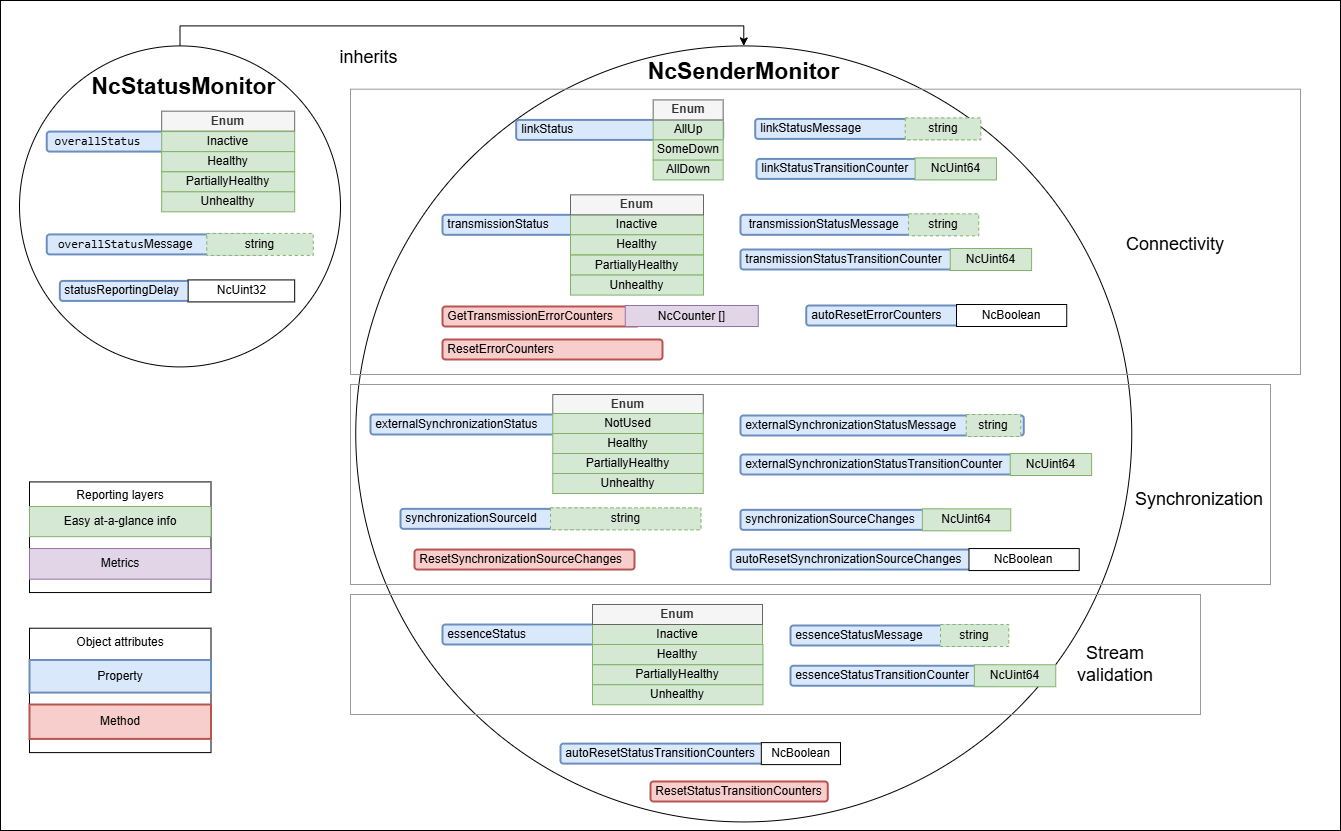
AMWA-TV/bcp-008-02 keeps this draw.io diagram as docs/images/sender-model-minimal.png. Above is the earlier version. Source tidied: cells renumbered, new cells last; positions are measured from the earlier drawing's top-left corner, leaving out a move shared by most shapes.
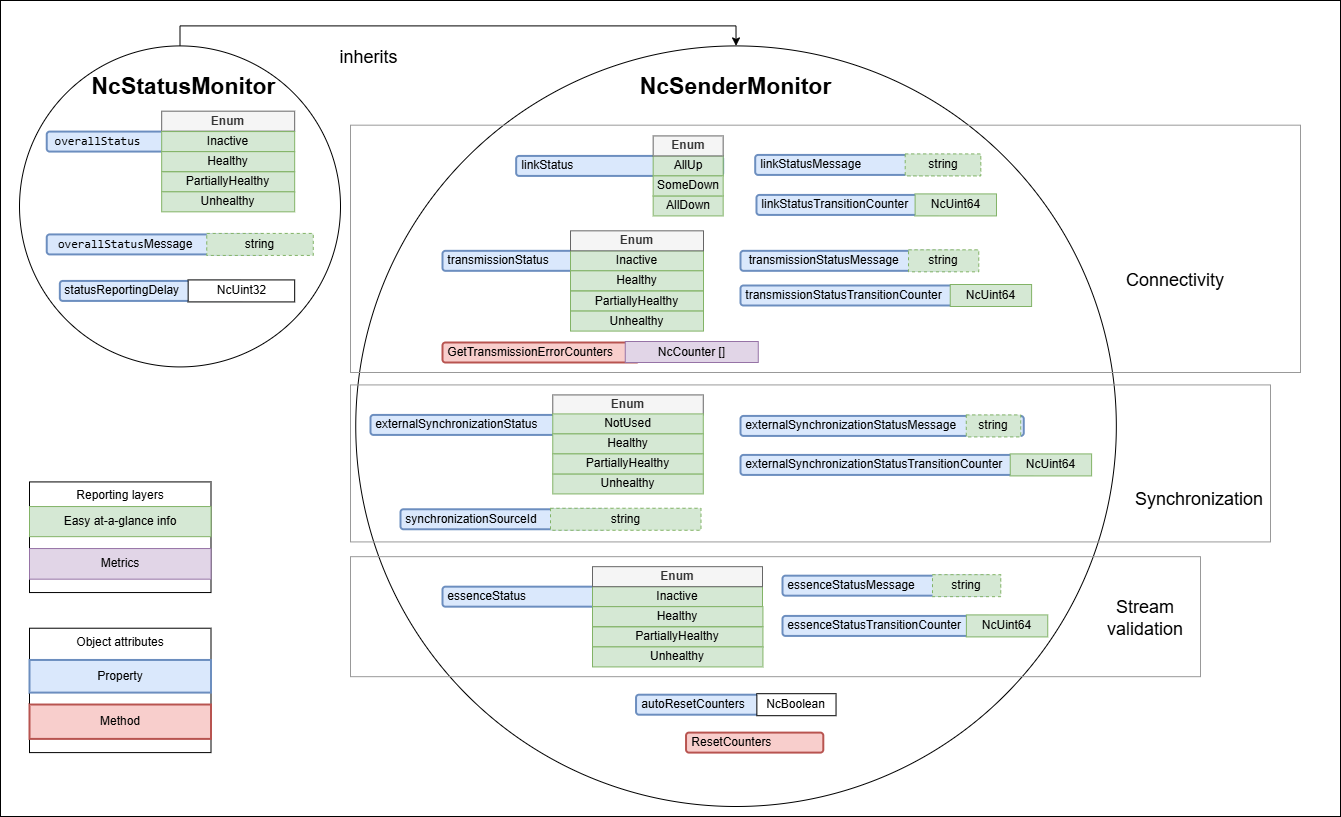
After the change.

Change to the diagram source:
```diff
@@ -5,133 +5,109 @@
     <mxCell id="2" style="rounded=0;whiteSpace=wrap;html=1;" parent="1" vertex="1">
-      <mxGeometry width="1340" height="830" as="geometry" />
+      <mxGeometry width="1340" height="816" as="geometry" />
     </mxCell>
     <mxCell id="3" style="ellipse;whiteSpace=wrap;html=1;" parent="1" vertex="1">
-      <mxGeometry x="355.2" y="45.4" width="776" height="776" as="geometry" />
+      <mxGeometry x="355.2" y="45.4" width="760.6" height="760.6" as="geometry" />
     </mxCell>
     <mxCell id="4" style="rounded=0;whiteSpace=wrap;html=1;fillStyle=hatch;fillColor=none;strokeColor=#999999;" parent="1" vertex="1">
-      <mxGeometry x="350" y="594" width="850" height="120" as="geometry" />
+      <mxGeometry x="350" y="556.2" width="850" height="120" as="geometry" />
     </mxCell>
     <mxCell id="5" style="rounded=0;whiteSpace=wrap;html=1;fillStyle=hatch;fillColor=none;strokeColor=#999999;" parent="1" vertex="1">
-      <mxGeometry x="350" y="384" width="920" height="200" as="geometry" />
+      <mxGeometry x="350" y="384.4" width="920" height="157" as="geometry" />
     </mxCell>
     <mxCell id="6" style="rounded=0;whiteSpace=wrap;html=1;fillStyle=hatch;fillColor=none;strokeColor=#999999;" parent="1" vertex="1">
-      <mxGeometry x="350" y="88.7" width="950" height="285.3" as="geometry" />
+      <mxGeometry x="350" y="124.7" width="950" height="247.3" as="geometry" />
     </mxCell>
     <mxCell id="7" value="NcSenderMonitor" style="text;html=1;strokeColor=none;fillColor=none;align=center;verticalAlign=middle;whiteSpace=wrap;rounded=0;strokeWidth=1;fontSize=23;fontStyle=1;" parent="1" vertex="1">
-      <mxGeometry x="630.5" y="56" width="225.5" height="30" as="geometry" />
+      <mxGeometry x="622.8" y="71.4" width="225.5" height="30" as="geometry" />
     </mxCell>
     <mxCell id="8" value="&amp;nbsp;transmissionStatus" style="rounded=1;whiteSpace=wrap;html=1;align=left;fillColor=#dae8fc;strokeColor=#6c8ebf;strokeWidth=2;" parent="1" vertex="1">
-      <mxGeometry x="442" y="214.3" width="198" height="20" as="geometry" />
+      <mxGeometry x="442" y="250.3" width="198" height="20" as="geometry" />
     </mxCell>
     <mxCell id="9" value="Inactive" style="rounded=0;whiteSpace=wrap;html=1;fillColor=#d5e8d4;strokeColor=#82b366;" parent="1" vertex="1">
-      <mxGeometry x="570" y="214.3" width="133" height="20" as="geometry" />
+      <mxGeometry x="570" y="250.3" width="133" height="20" as="geometry" />
     </mxCell>
     <mxCell id="10" value="Healthy" style="rounded=0;whiteSpace=wrap;html=1;fillColor=#d5e8d4;strokeColor=#82b366;" parent="1" vertex="1">
-      <mxGeometry x="570" y="234.3" width="133" height="20" as="geometry" />
+      <mxGeometry x="570" y="270.3" width="133" height="20" as="geometry" />
     </mxCell>
     <mxCell id="11" value="Enum" style="rounded=0;whiteSpace=wrap;html=1;fillColor=#f5f5f5;strokeColor=#666666;fontStyle=1;align=center;verticalAlign=middle;fontFamily=Helvetica;fontSize=12;fontColor=#333333;" parent="1" vertex="1">
-      <mxGeometry x="570" y="194.3" width="133" height="20" as="geometry" />
+      <mxGeometry x="570" y="230.3" width="133" height="20" as="geometry" />
     </mxCell>
     <mxCell id="12" value="PartiallyHealthy" style="rounded=0;whiteSpace=wrap;html=1;fillColor=#d5e8d4;strokeColor=#82b366;" parent="1" vertex="1">
-      <mxGeometry x="570" y="254.6" width="133" height="20" as="geometry" />
+      <mxGeometry x="570" y="290.6" width="133" height="20" as="geometry" />
     </mxCell>
     <mxCell id="13" value="Unhealthy" style="rounded=0;whiteSpace=wrap;html=1;fillColor=#d5e8d4;strokeColor=#82b366;" parent="1" vertex="1">
-      <mxGeometry x="570" y="274.6" width="133" height="20" as="geometry" />
+      <mxGeometry x="570" y="310.6" width="133" height="20" as="geometry" />
     </mxCell>
     <mxCell id="14" value="&amp;nbsp;GetTransmissionErrorCounters" style="rounded=1;whiteSpace=wrap;html=1;align=left;fillColor=#f8cecc;strokeColor=#b85450;strokeWidth=2;" parent="1" vertex="1">
-      <mxGeometry x="442" y="306" width="197" height="20" as="geometry" />
+      <mxGeometry x="442" y="342" width="197" height="20" as="geometry" />
     </mxCell>
     <mxCell id="15" value="NcCounter []" style="rounded=0;whiteSpace=wrap;html=1;fillColor=#e1d5e7;strokeColor=#9673a6;" parent="1" vertex="1">
-      <mxGeometry x="624.8" y="305" width="133" height="21" as="geometry" />
+      <mxGeometry x="624.8" y="341" width="133" height="21" as="geometry" />
     </mxCell>
-    <mxCell id="16" value="&amp;nbsp;ResetErrorCounters" style="rounded=1;whiteSpace=wrap;html=1;align=left;fillColor=#f8cecc;strokeColor=#b85450;strokeWidth=2;" parent="1" vertex="1">
-      <mxGeometry x="442" y="339" width="220" height="20" as="geometry" />
-    </mxCell>
     <mxCell id="17" value="&amp;nbsp;essenceStatus" style="rounded=1;whiteSpace=wrap;html=1;align=left;fillColor=#dae8fc;strokeColor=#6c8ebf;strokeWidth=2;" parent="1" vertex="1">
-      <mxGeometry x="442" y="624" width="207.5" height="20" as="geometry" />
+      <mxGeometry x="442" y="586.2" width="207.5" height="20" as="geometry" />
     </mxCell>
     <mxCell id="18" value="Inactive" style="rounded=0;whiteSpace=wrap;html=1;fillColor=#d5e8d4;strokeColor=#82b366;" parent="1" vertex="1">
-      <mxGeometry x="592" y="624" width="170" height="20" as="geometry" />
+      <mxGeometry x="592" y="586.2" width="170" height="20" as="geometry" />
     </mxCell>
     <mxCell id="19" value="Enum" style="rounded=0;whiteSpace=wrap;html=1;fillColor=#f5f5f5;strokeColor=#666666;fontStyle=1;fontColor=#333333;" parent="1" vertex="1">
-      <mxGeometry x="592" y="604" width="170" height="20" as="geometry" />
+      <mxGeometry x="592" y="566.2" width="170" height="20" as="geometry" />
     </mxCell>
     <mxCell id="20" value="&amp;nbsp;essenceStatusMessage" style="rounded=1;whiteSpace=wrap;html=1;align=left;fillColor=#dae8fc;strokeColor=#6c8ebf;strokeWidth=2;" parent="1" vertex="1">
-      <mxGeometry x="790" y="625" width="207.5" height="20" as="geometry" />
+      <mxGeometry x="782" y="575.2" width="207.5" height="20" as="geometry" />
     </mxCell>
     <mxCell id="21" value="string" style="rounded=0;whiteSpace=wrap;html=1;dashed=1;fillColor=#d5e8d4;strokeColor=#82b366;" parent="1" vertex="1">
-      <mxGeometry x="940" y="624" width="68.3" height="22" as="geometry" />
+      <mxGeometry x="932" y="574.2" width="68.3" height="22" as="geometry" />
     </mxCell>
     <mxCell id="22" value="&amp;nbsp;&amp;nbsp;transmissionStatusMessage" style="rounded=1;whiteSpace=wrap;html=1;align=left;fillColor=#dae8fc;strokeColor=#6c8ebf;strokeWidth=2;" parent="1" vertex="1">
-      <mxGeometry x="740" y="214.3" width="217.5" height="20" as="geometry" />
+      <mxGeometry x="740" y="250.3" width="217.5" height="20" as="geometry" />
     </mxCell>
     <mxCell id="23" value="string" style="rounded=0;whiteSpace=wrap;html=1;dashed=1;fillColor=#d5e8d4;strokeColor=#82b366;" parent="1" vertex="1">
-      <mxGeometry x="908" y="213.3" width="70.2" height="22" as="geometry" />
+      <mxGeometry x="908" y="249.3" width="70.2" height="22" as="geometry" />
     </mxCell>
     <mxCell id="24" value="&amp;nbsp;externalSynchronizationStatus" style="rounded=1;whiteSpace=wrap;html=1;align=left;fillColor=#dae8fc;strokeColor=#6c8ebf;strokeWidth=2;" parent="1" vertex="1">
-      <mxGeometry x="370" y="414" width="239.8" height="20" as="geometry" />
+      <mxGeometry x="370" y="414.4" width="239.8" height="20" as="geometry" />
     </mxCell>
     <mxCell id="25" value="Enum" style="rounded=0;whiteSpace=wrap;html=1;fillColor=#f5f5f5;strokeColor=#666666;fontStyle=1;fontColor=#333333;" parent="1" vertex="1">
-      <mxGeometry x="552.3" y="394" width="150.5" height="20" as="geometry" />
+      <mxGeometry x="552.3" y="394.4" width="150.5" height="20" as="geometry" />
     </mxCell>
     <mxCell id="26" value="&amp;nbsp;synchronizationSourceId" style="rounded=1;whiteSpace=wrap;html=1;align=left;fillColor=#dae8fc;strokeColor=#6c8ebf;strokeWidth=2;" parent="1" vertex="1">
-      <mxGeometry x="400" y="508.4" width="206.5" height="20" as="geometry" />
+      <mxGeometry x="400" y="508.8" width="206.5" height="20" as="geometry" />
     </mxCell>
     <mxCell id="27" value="string" style="rounded=0;whiteSpace=wrap;html=1;dashed=1;fillColor=#d5e8d4;strokeColor=#82b366;" parent="1" vertex="1">
-      <mxGeometry x="550" y="507.4" width="150.5" height="22" as="geometry" />
+      <mxGeometry x="550" y="507.8" width="150.5" height="22" as="geometry" />
     </mxCell>
     <mxCell id="28" value="&amp;nbsp;externalSynchronizationStatusMessage" style="rounded=1;whiteSpace=wrap;html=1;align=left;fillColor=#dae8fc;strokeColor=#6c8ebf;strokeWidth=2;" parent="1" vertex="1">
-      <mxGeometry x="740" y="415" width="283.3" height="20" as="geometry" />
+      <mxGeometry x="740" y="415.4" width="283.3" height="20" as="geometry" />
     </mxCell>
     <mxCell id="29" value="string" style="rounded=0;whiteSpace=wrap;html=1;dashed=1;fillColor=#d5e8d4;strokeColor=#82b366;" parent="1" vertex="1">
-      <mxGeometry x="965.8" y="414" width="54.5" height="22" as="geometry" />
+      <mxGeometry x="965.8" y="414.4" width="54.5" height="22" as="geometry" />
     </mxCell>
     <mxCell id="30" value="Healthy" style="rounded=0;whiteSpace=wrap;html=1;fillColor=#d5e8d4;strokeColor=#82b366;" parent="1" vertex="1">
-      <mxGeometry x="592" y="644" width="170.4" height="20" as="geometry" />
+      <mxGeometry x="592" y="606.2" width="170.4" height="20" as="geometry" />
     </mxCell>
     <mxCell id="31" value="PartiallyHealthy" style="rounded=0;whiteSpace=wrap;html=1;fillColor=#d5e8d4;strokeColor=#82b366;" parent="1" vertex="1">
-      <mxGeometry x="592" y="664.2" width="170.4" height="20" as="geometry" />
+      <mxGeometry x="592" y="626.4" width="170.4" height="20" as="geometry" />
     </mxCell>
     <mxCell id="32" value="Unhealthy" style="rounded=0;whiteSpace=wrap;html=1;fillColor=#d5e8d4;strokeColor=#82b366;" parent="1" vertex="1">
-      <mxGeometry x="592" y="684.2" width="170.4" height="20" as="geometry" />
+      <mxGeometry x="592" y="646.4" width="170.4" height="20" as="geometry" />
     </mxCell>
     <mxCell id="33" value="Synchronization" style="text;html=1;align=center;verticalAlign=middle;whiteSpace=wrap;rounded=0;fontSize=18;" parent="1" vertex="1">
-      <mxGeometry x="1144" y="484" width="110" height="30" as="geometry" />
+      <mxGeometry x="1144" y="484.4" width="110" height="30" as="geometry" />
     </mxCell>
     <mxCell id="34" value="Connectivity" style="text;html=1;align=center;verticalAlign=middle;whiteSpace=wrap;rounded=0;fontSize=18;" parent="1" vertex="1">
-      <mxGeometry x="1120" y="229.3" width="110" height="30" as="geometry" />
+      <mxGeometry x="1120" y="265.3" width="110" height="30" as="geometry" />
     </mxCell>
     <mxCell id="35" value="NotUsed" style="rounded=0;whiteSpace=wrap;html=1;fillColor=#d5e8d4;strokeColor=#82b366;" parent="1" vertex="1">
-      <mxGeometry x="552.3" y="413" width="150.5" height="20" as="geometry" />
+      <mxGeometry x="552.3" y="413.4" width="150.5" height="20" as="geometry" />
     </mxCell>
     <mxCell id="36" value="Unhealthy" style="rounded=0;whiteSpace=wrap;html=1;fillColor=#d5e8d4;strokeColor=#82b366;" parent="1" vertex="1">
-      <mxGeometry x="552.3" y="473" width="150.5" height="20" as="geometry" />
+      <mxGeometry x="552.3" y="473.4" width="150.5" height="20" as="geometry" />
     </mxCell>
     <mxCell id="37" value="Healthy" style="rounded=0;whiteSpace=wrap;html=1;fillColor=#d5e8d4;strokeColor=#82b366;" parent="1" vertex="1">
-      <mxGeometry x="552.3" y="433" width="150.5" height="20" as="geometry" />
+      <mxGeometry x="552.3" y="433.4" width="150.5" height="20" as="geometry" />
     </mxCell>
     <mxCell id="38" value="PartiallyHealthy" style="rounded=0;whiteSpace=wrap;html=1;fillColor=#d5e8d4;strokeColor=#82b366;" parent="1" vertex="1">
-      <mxGeometry x="552.3" y="453" width="150.5" height="20" as="geometry" />
+      <mxGeometry x="552.3" y="453.4" width="150.5" height="20" as="geometry" />
     </mxCell>
-    <mxCell id="39" value="&amp;nbsp;autoResetErrorCounters" style="rounded=1;whiteSpace=wrap;html=1;align=left;fillColor=#dae8fc;strokeColor=#6c8ebf;strokeWidth=2;" parent="1" vertex="1">
-      <mxGeometry x="805.7" y="305" width="160" height="20" as="geometry" />
-    </mxCell>
-    <mxCell id="40" value="&amp;nbsp;ResetSynchronizationSourceChanges" style="rounded=1;whiteSpace=wrap;html=1;align=left;fillColor=#f8cecc;strokeColor=#b85450;strokeWidth=2;" parent="1" vertex="1">
-      <mxGeometry x="414" y="549.1" width="220" height="20" as="geometry" />
-    </mxCell>
-    <mxCell id="41" value="&amp;nbsp;synchronizationSourceChanges" style="rounded=1;whiteSpace=wrap;html=1;align=left;fillColor=#dae8fc;strokeColor=#6c8ebf;strokeWidth=2;" parent="1" vertex="1">
-      <mxGeometry x="740" y="509.4" width="206.5" height="20" as="geometry" />
-    </mxCell>
-    <mxCell id="42" value="NcUint64" style="rounded=0;whiteSpace=wrap;html=1;fillColor=#d5e8d4;strokeColor=#82b366;" parent="1" vertex="1">
-      <mxGeometry x="921.9" y="508.4" width="88.4" height="22" as="geometry" />
-    </mxCell>
-    <mxCell id="43" value="&amp;nbsp;autoResetSynchronizationSourceChanges" style="rounded=1;whiteSpace=wrap;html=1;align=left;fillColor=#dae8fc;strokeColor=#6c8ebf;strokeWidth=2;" parent="1" vertex="1">
-      <mxGeometry x="730.3" y="549.1" width="240.2" height="20" as="geometry" />
-    </mxCell>
-    <mxCell id="44" value="NcBoolean" style="rounded=0;whiteSpace=wrap;html=1;" parent="1" vertex="1">
-      <mxGeometry x="968.5" y="548.1" width="110.2" height="22" as="geometry" />
-    </mxCell>
-    <mxCell id="45" value="NcBoolean" style="rounded=0;whiteSpace=wrap;html=1;" parent="1" vertex="1">
-      <mxGeometry x="956" y="304" width="110.2" height="22" as="geometry" />
-    </mxCell>
     <mxCell id="46" style="edgeStyle=orthogonalEdgeStyle;rounded=0;jettySize=auto;html=1;exitX=0.5;exitY=0;exitDx=0;exitDy=0;entryX=0.5;entryY=0;entryDx=0;entryDy=0;" parent="1" edge="1" source="47" target="3">
@@ -176,21 +152,21 @@
     <mxCell id="59" value="&amp;nbsp;transmissionStatusTransitionCounter" style="rounded=1;whiteSpace=wrap;html=1;align=left;fillColor=#dae8fc;strokeColor=#6c8ebf;strokeWidth=2;" parent="1" vertex="1">
-      <mxGeometry x="740" y="249" width="234.4" height="20" as="geometry" />
+      <mxGeometry x="740" y="285" width="234.4" height="20" as="geometry" />
     </mxCell>
     <mxCell id="60" value="NcUint64" style="rounded=0;whiteSpace=wrap;html=1;fillColor=#d5e8d4;strokeColor=#82b366;" parent="1" vertex="1">
-      <mxGeometry x="949.7" y="248" width="81.4" height="22" as="geometry" />
+      <mxGeometry x="949.7" y="284" width="81.4" height="22" as="geometry" />
     </mxCell>
     <mxCell id="61" value="&amp;nbsp;externalSynchronizationStatusTransitionCounter" style="rounded=1;whiteSpace=wrap;html=1;align=left;fillColor=#dae8fc;strokeColor=#6c8ebf;strokeWidth=2;" parent="1" vertex="1">
-      <mxGeometry x="740" y="454" width="294.4" height="20" as="geometry" />
+      <mxGeometry x="740" y="454.4" width="294.4" height="20" as="geometry" />
     </mxCell>
     <mxCell id="62" value="NcUint64" style="rounded=0;whiteSpace=wrap;html=1;fillColor=#d5e8d4;strokeColor=#82b366;" parent="1" vertex="1">
-      <mxGeometry x="1009.7" y="453" width="81.4" height="22" as="geometry" />
+      <mxGeometry x="1009.7" y="453.4" width="81.4" height="22" as="geometry" />
     </mxCell>
     <mxCell id="63" value="Stream&lt;div&gt;validation&lt;/div&gt;" style="text;html=1;align=center;verticalAlign=middle;whiteSpace=wrap;rounded=0;fontSize=18;" parent="1" vertex="1">
-      <mxGeometry x="1040" y="649.3" width="150" height="30" as="geometry" />
+      <mxGeometry x="1070" y="603.5" width="150" height="30" as="geometry" />
     </mxCell>
     <mxCell id="64" value="&amp;nbsp;essenceStatusTransitionCounter" style="rounded=1;whiteSpace=wrap;html=1;align=left;fillColor=#dae8fc;strokeColor=#6c8ebf;strokeWidth=2;" parent="1" vertex="1">
-      <mxGeometry x="790" y="665.2" width="208.5" height="20" as="geometry" />
+      <mxGeometry x="782" y="615.4" width="208.5" height="20" as="geometry" />
     </mxCell>
     <mxCell id="65" value="NcUint64" style="rounded=0;whiteSpace=wrap;html=1;fillColor=#d5e8d4;strokeColor=#82b366;" parent="1" vertex="1">
-      <mxGeometry x="973.9" y="664.2" width="81.4" height="22" as="geometry" />
+      <mxGeometry x="965.9" y="614.4" width="81.4" height="22" as="geometry" />
     </mxCell>
@@ -218,36 +194,36 @@
     <mxCell id="73" value="&amp;nbsp;linkStatus" style="rounded=1;whiteSpace=wrap;html=1;align=left;fillColor=#dae8fc;strokeColor=#6c8ebf;strokeWidth=2;" parent="1" vertex="1">
-      <mxGeometry x="515.7" y="119.4" width="207" height="20" as="geometry" />
+      <mxGeometry x="515.7" y="155.4" width="207" height="20" as="geometry" />
     </mxCell>
     <mxCell id="74" value="AllUp" style="rounded=0;whiteSpace=wrap;html=1;fillColor=#d5e8d4;strokeColor=#82b366;" parent="1" vertex="1">
-      <mxGeometry x="652.7" y="119.4" width="70" height="20" as="geometry" />
+      <mxGeometry x="652.7" y="155.4" width="70" height="20" as="geometry" />
     </mxCell>
     <mxCell id="75" value="AllDown" style="rounded=0;whiteSpace=wrap;html=1;fillColor=#d5e8d4;strokeColor=#82b366;" parent="1" vertex="1">
-      <mxGeometry x="652.7" y="159.4" width="70" height="20" as="geometry" />
+      <mxGeometry x="652.7" y="195.4" width="70" height="20" as="geometry" />
     </mxCell>
     <mxCell id="76" value="SomeDown" style="rounded=0;whiteSpace=wrap;html=1;fillColor=#d5e8d4;strokeColor=#82b366;" parent="1" vertex="1">
-      <mxGeometry x="652.7" y="139.4" width="70" height="20" as="geometry" />
+      <mxGeometry x="652.7" y="175.4" width="70" height="20" as="geometry" />
     </mxCell>
     <mxCell id="77" value="Enum" style="rounded=0;whiteSpace=wrap;html=1;fontStyle=1;fillColor=#f5f5f5;fontColor=#333333;strokeColor=#666666;" parent="1" vertex="1">
-      <mxGeometry x="652.7" y="99.4" width="70" height="20" as="geometry" />
+      <mxGeometry x="652.7" y="135.4" width="70" height="20" as="geometry" />
     </mxCell>
     <mxCell id="78" value="&amp;nbsp;linkStatusMessage" style="rounded=1;whiteSpace=wrap;html=1;align=left;fillColor=#dae8fc;strokeColor=#6c8ebf;strokeWidth=2;" parent="1" vertex="1">
-      <mxGeometry x="754.7" y="118.4" width="207.5" height="20" as="geometry" />
+      <mxGeometry x="754.7" y="154.4" width="207.5" height="20" as="geometry" />
     </mxCell>
     <mxCell id="79" value="string" style="rounded=0;whiteSpace=wrap;html=1;dashed=1;fillColor=#d5e8d4;strokeColor=#82b366;" parent="1" vertex="1">
-      <mxGeometry x="904.7" y="117.4" width="75.6" height="22" as="geometry" />
+      <mxGeometry x="904.7" y="153.4" width="75.6" height="22" as="geometry" />
     </mxCell>
     <mxCell id="80" value="&amp;nbsp;linkStatusTransitionCounter" style="rounded=1;whiteSpace=wrap;html=1;align=left;fillColor=#dae8fc;strokeColor=#6c8ebf;strokeWidth=2;" parent="1" vertex="1">
-      <mxGeometry x="756" y="158.4" width="183.3" height="20" as="geometry" />
+      <mxGeometry x="756" y="194.4" width="183.3" height="20" as="geometry" />
     </mxCell>
     <mxCell id="81" value="NcUint64" style="rounded=0;whiteSpace=wrap;html=1;fillColor=#d5e8d4;strokeColor=#82b366;" parent="1" vertex="1">
-      <mxGeometry x="914.6" y="157.4" width="81.4" height="22" as="geometry" />
+      <mxGeometry x="914.6" y="193.4" width="81.4" height="22" as="geometry" />
     </mxCell>
-    <mxCell id="82" value="&amp;nbsp;autoResetStatusTransitionCounters" style="rounded=1;whiteSpace=wrap;html=1;align=left;fillColor=#dae8fc;strokeColor=#6c8ebf;strokeWidth=2;" parent="1" vertex="1">
-      <mxGeometry x="560" y="743.1" width="202.8" height="20" as="geometry" />
+    <mxCell id="82" value="&amp;nbsp;autoResetCounters" style="rounded=1;whiteSpace=wrap;html=1;align=left;fillColor=#dae8fc;strokeColor=#6c8ebf;strokeWidth=2;" parent="1" vertex="1">
+      <mxGeometry x="635.5" y="694.2" width="122.8" height="20" as="geometry" />
     </mxCell>
     <mxCell id="83" value="NcBoolean" style="rounded=0;whiteSpace=wrap;html=1;" parent="1" vertex="1">
-      <mxGeometry x="760.8" y="742.1" width="79.2" height="22" as="geometry" />
+      <mxGeometry x="756.4" y="693.2" width="79.2" height="22" as="geometry" />
     </mxCell>
-    <mxCell id="84" value="&amp;nbsp;ResetStatusTransitionCounters&amp;nbsp;" style="rounded=1;whiteSpace=wrap;html=1;align=left;fillColor=#f8cecc;strokeColor=#b85450;strokeWidth=2;" parent="1" vertex="1">
-      <mxGeometry x="650" y="781" width="177.3" height="20" as="geometry" />
+    <mxCell id="84" value="&amp;nbsp;ResetCounters&amp;nbsp;" style="rounded=1;whiteSpace=wrap;html=1;align=left;fillColor=#f8cecc;strokeColor=#b85450;strokeWidth=2;" parent="1" vertex="1">
+      <mxGeometry x="685.5" y="732.1" width="137.3" height="20" as="geometry" />
     </mxCell>
```
